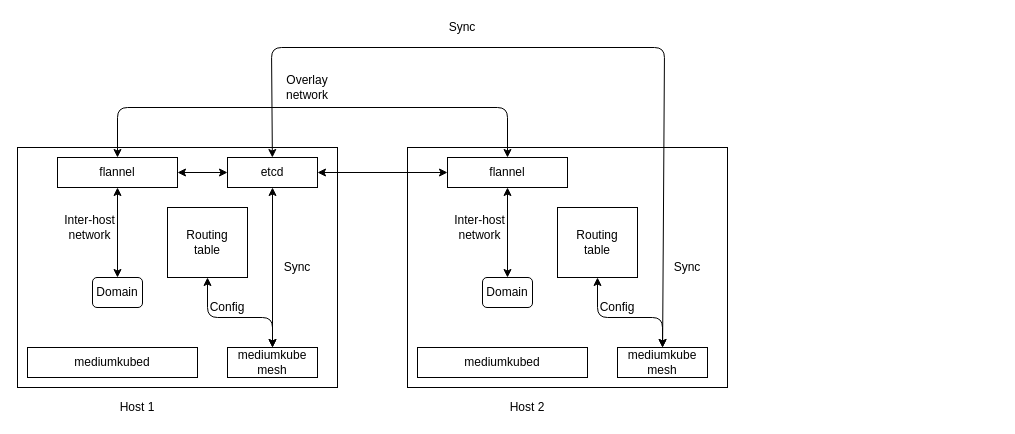
Above: docs/mediumkube-mesh/mesh.drawio in 6BD-org/mediumkube (draw.io), before the change. Source tidied: cells renumbered, new cells numbered last; positions are measured from the earlier drawing's top-left corner, leaving out a move shared by most shapes. Both pictures are drawn from the tidied source at 100%, with x=0, y=0 at pixel (17, 17).
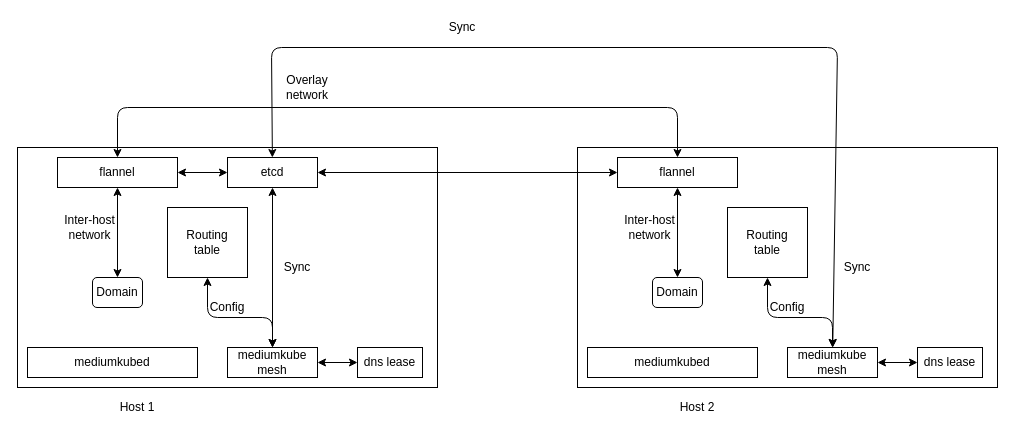
The same diagram, later.

The change refers to these unchanged cells:
```xml
<mxCell id="4" value="etcd" style="rounded=0;whiteSpace=wrap;html=1;" parent="1" vertex="1">
  <mxGeometry x="210" y="140" width="90" height="30" as="geometry" />
</mxCell>
<mxCell id="5" value="flannel" style="rounded=0;whiteSpace=wrap;html=1;" parent="1" vertex="1">
  <mxGeometry x="40" y="140" width="120" height="30" as="geometry" />
</mxCell>
<mxCell id="7" value="mediumkube mesh" style="rounded=0;whiteSpace=wrap;html=1;" parent="1" vertex="1">
  <mxGeometry x="210" y="330" width="90" height="30" as="geometry" />
</mxCell>
```

What changed in the source:
```diff
@@
     <mxCell id="2" style="rounded=0;whiteSpace=wrap;html=1;" parent="1" vertex="1">
-      <mxGeometry y="130" width="320" height="240" as="geometry" />
+      <mxGeometry y="130" width="420" height="240" as="geometry" />
     </mxCell>
@@
     <mxCell id="17" style="rounded=0;whiteSpace=wrap;html=1;" parent="1" vertex="1">
-      <mxGeometry x="390" y="130" width="320" height="240" as="geometry" />
+      <mxGeometry x="560" y="130" width="420" height="240" as="geometry" />
     </mxCell>
     <mxCell id="18" value="Host 2" style="text;html=1;strokeColor=none;fillColor=none;align=center;verticalAlign=middle;whiteSpace=wrap;rounded=0;" parent="1" vertex="1">
-      <mxGeometry x="490" y="380" width="40" height="20" as="geometry" />
+      <mxGeometry x="660" y="380" width="40" height="20" as="geometry" />
     </mxCell>
     <mxCell id="19" value="flannel" style="rounded=0;whiteSpace=wrap;html=1;" parent="1" vertex="1">
-      <mxGeometry x="430" y="140" width="120" height="30" as="geometry" />
+      <mxGeometry x="600" y="140" width="120" height="30" as="geometry" />
     </mxCell>
     <mxCell id="20" value="mediumkubed" style="rounded=0;whiteSpace=wrap;html=1;" parent="1" vertex="1">
-      <mxGeometry x="400" y="330" width="170" height="30" as="geometry" />
+      <mxGeometry x="570" y="330" width="170" height="30" as="geometry" />
     </mxCell>
     <mxCell id="21" value="mediumkube mesh" style="rounded=0;whiteSpace=wrap;html=1;" parent="1" vertex="1">
-      <mxGeometry x="600" y="330" width="90" height="30" as="geometry" />
+      <mxGeometry x="770" y="330" width="90" height="30" as="geometry" />
     </mxCell>
@@
     <mxCell id="23" value="Routing&lt;br&gt;table" style="rounded=0;whiteSpace=wrap;html=1;" parent="1" vertex="1">
-      <mxGeometry x="540" y="190" width="80" height="70" as="geometry" />
+      <mxGeometry x="710" y="190" width="80" height="70" as="geometry" />
     </mxCell>
     <mxCell id="24" style="endArrow=classic;startArrow=classic;html=1;" parent="1" edge="1" source="21" target="23">
       <mxGeometry relative="1" as="geometry">
         <Array as="points">
-          <mxPoint x="645" y="300" />
-          <mxPoint x="580" y="300" />
+          <mxPoint x="815" y="300" />
+          <mxPoint x="750" y="300" />
         </Array>
       </mxGeometry>
     </mxCell>
     <mxCell id="25" value="Config" style="text;html=1;strokeColor=none;fillColor=none;align=center;verticalAlign=middle;whiteSpace=wrap;rounded=0;" parent="1" vertex="1">
-      <mxGeometry x="580" y="280" width="40" height="20" as="geometry" />
+      <mxGeometry x="750" y="280" width="40" height="20" as="geometry" />
     </mxCell>
     <mxCell id="26" style="endArrow=classic;startArrow=classic;html=1;" parent="1" edge="1" source="21" target="4">
       <mxGeometry relative="1" as="geometry">
         <Array as="points">
-          <mxPoint x="647" y="30" />
+          <mxPoint x="820" y="30" />
           <mxPoint x="254" y="30" />
         </Array>
       </mxGeometry>
     </mxCell>
     <mxCell id="27" value="Sync" style="text;html=1;strokeColor=none;fillColor=none;align=center;verticalAlign=middle;whiteSpace=wrap;rounded=0;" parent="1" vertex="1">
-      <mxGeometry x="650" y="240" width="40" height="20" as="geometry" />
+      <mxGeometry x="820" y="240" width="40" height="20" as="geometry" />
     </mxCell>
     <mxCell id="28" value="Domain" style="rounded=1;whiteSpace=wrap;html=1;" parent="1" vertex="1">
-      <mxGeometry x="465" y="260" width="50" height="30" as="geometry" />
+      <mxGeometry x="635" y="260" width="50" height="30" as="geometry" />
     </mxCell>
@@
     <mxCell id="30" value="Inter-host&lt;br&gt;network" style="text;html=1;strokeColor=none;fillColor=none;align=center;verticalAlign=middle;whiteSpace=wrap;rounded=0;" parent="1" vertex="1">
-      <mxGeometry x="425" y="200" width="75" height="20" as="geometry" />
+      <mxGeometry x="595" y="200" width="75" height="20" as="geometry" />
     </mxCell>
@@
     <mxCell id="32" style="endArrow=classic;startArrow=classic;html=1;" parent="1" edge="1" source="5" target="19">
       <mxGeometry relative="1" as="geometry">
         <Array as="points">
           <mxPoint x="100" y="90" />
-          <mxPoint x="490" y="90" />
+          <mxPoint x="660" y="90" />
         </Array>
       </mxGeometry>
     </mxCell>
@@
+    <mxCell id="34" value="dns lease" style="rounded=0;whiteSpace=wrap;html=1;" parent="1" vertex="1">
+      <mxGeometry x="340" y="330" width="65" height="30" as="geometry" />
+    </mxCell>
+    <mxCell id="35" value="dns lease" style="rounded=0;whiteSpace=wrap;html=1;" parent="1" vertex="1">
+      <mxGeometry x="900" y="330" width="65" height="30" as="geometry" />
+    </mxCell>
+    <mxCell id="36" style="endArrow=classic;startArrow=classic;html=1;" parent="1" edge="1" source="7" target="34">
+      <mxGeometry relative="1" as="geometry" />
+    </mxCell>
+    <mxCell id="37" style="endArrow=classic;startArrow=classic;html=1;" parent="1" edge="1" source="21" target="35">
+      <mxGeometry relative="1" as="geometry" />
+    </mxCell>
```
